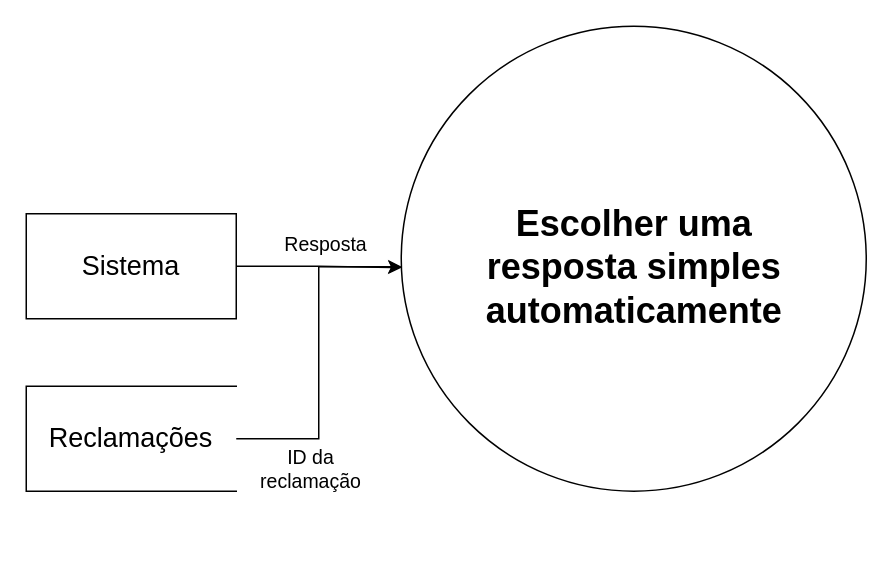
The draw.io diagram documentação/diagramas/RF005 - Escolher uma resposta simples automaticamente.drawio in Luvisa-dev/Chatbot-Projeto-Integrado, before the edit. Source tidied: cells renumbered, new cells numbered last; positions are measured from the earlier drawing's top-left corner, leaving out a move shared by most shapes. Both pictures are drawn from the tidied source at 150%, with x=0, y=0 at pixel (26, 26).
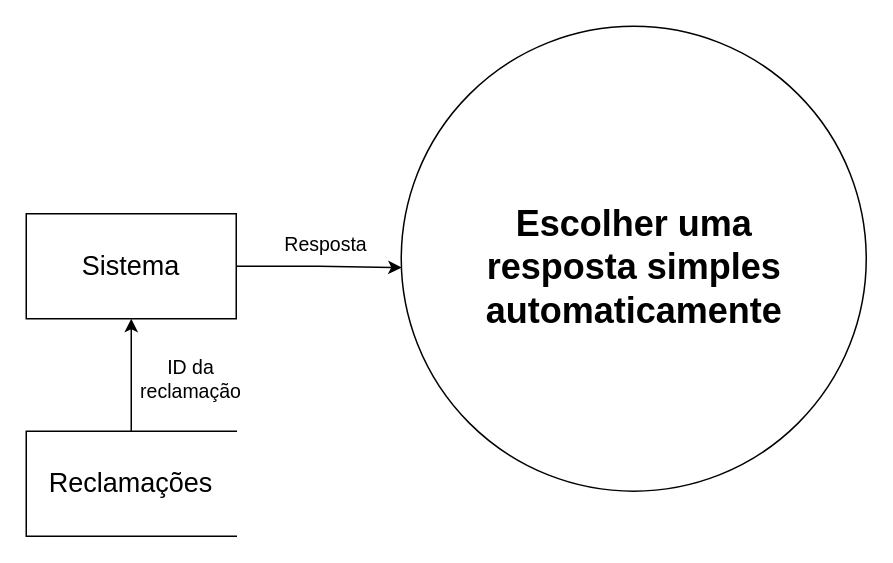
After the change.

What changed in the source:
```diff
@@
 <mxGraphModel>
   <root>
     <mxCell id="0" />
     <mxCell id="1" parent="0" />
     <mxCell id="2" style="shape=ellipse;html=1;dashed=0;whiteSpace=wrap;perimeter=ellipsePerimeter;" parent="1" vertex="1">
       <mxGeometry x="250" width="310" height="310" as="geometry" />
     </mxCell>
     <mxCell id="3" value="&lt;div&gt;Escolher uma&lt;/div&gt;&lt;div&gt;resposta simples&lt;/div&gt;&lt;div&gt;automaticamente&lt;/div&gt;" style="text;strokeColor=none;fillColor=none;html=1;fontSize=24;fontStyle=1;verticalAlign=middle;align=center;" parent="1" vertex="1">
       <mxGeometry x="355" y="160" width="100" as="geometry" />
     </mxCell>
     <mxCell id="4" style="edgeStyle=orthogonalEdgeStyle;rounded=0;jettySize=auto;html=1;entryX=0.001;entryY=0.519;entryDx=0;entryDy=0;entryPerimeter=0;" parent="1" edge="1" source="5" target="2">
       <mxGeometry relative="1" as="geometry" />
     </mxCell>
     <mxCell id="5" value="&lt;div&gt;&lt;font style=&quot;font-size: 18px;&quot;&gt;Sistema&lt;/font&gt;&lt;/div&gt;" style="html=1;dashed=0;whiteSpace=wrap;" parent="1" vertex="1">
       <mxGeometry y="125" width="140" height="70" as="geometry" />
     </mxCell>
     <mxCell id="6" value="Resposta" style="text;html=1;align=center;verticalAlign=middle;whiteSpace=wrap;rounded=0;fontSize=13;" parent="1" vertex="1">
       <mxGeometry x="170" y="130" width="60" height="30" as="geometry" />
     </mxCell>
     <mxCell id="7" value="ID da reclamação" style="text;html=1;align=center;verticalAlign=middle;whiteSpace=wrap;rounded=0;fontSize=13;" parent="1" vertex="1">
-      <mxGeometry x="160" y="280" width="60" height="30" as="geometry" />
+      <mxGeometry x="80" y="220" width="60" height="30" as="geometry" />
     </mxCell>
+    <mxCell id="10" style="edgeStyle=orthogonalEdgeStyle;rounded=0;jettySize=auto;html=1;exitX=0.5;exitY=0;exitDx=0;exitDy=0;entryX=0.5;entryY=1;entryDx=0;entryDy=0;" parent="1" edge="1" source="8" target="5">
+      <mxGeometry relative="1" as="geometry" />
+    </mxCell>
     <mxCell id="8" value="&lt;div&gt;&lt;font style=&quot;font-size: 18px;&quot;&gt;Reclamações&lt;/font&gt;&lt;/div&gt;" style="html=1;dashed=0;whiteSpace=wrap;shape=partialRectangle;right=0;" parent="1" vertex="1">
-      <mxGeometry y="240" width="140" height="70" as="geometry" />
+      <mxGeometry y="270" width="140" height="70" as="geometry" />
     </mxCell>
-    <mxCell id="9" style="edgeStyle=orthogonalEdgeStyle;rounded=0;jettySize=auto;html=1;entryX=0.001;entryY=0.517;entryDx=0;entryDy=0;entryPerimeter=0;" parent="1" edge="1" source="8" target="2">
-      <mxGeometry relative="1" as="geometry" />
-    </mxCell>
   </root>
 </mxGraphModel>
```
